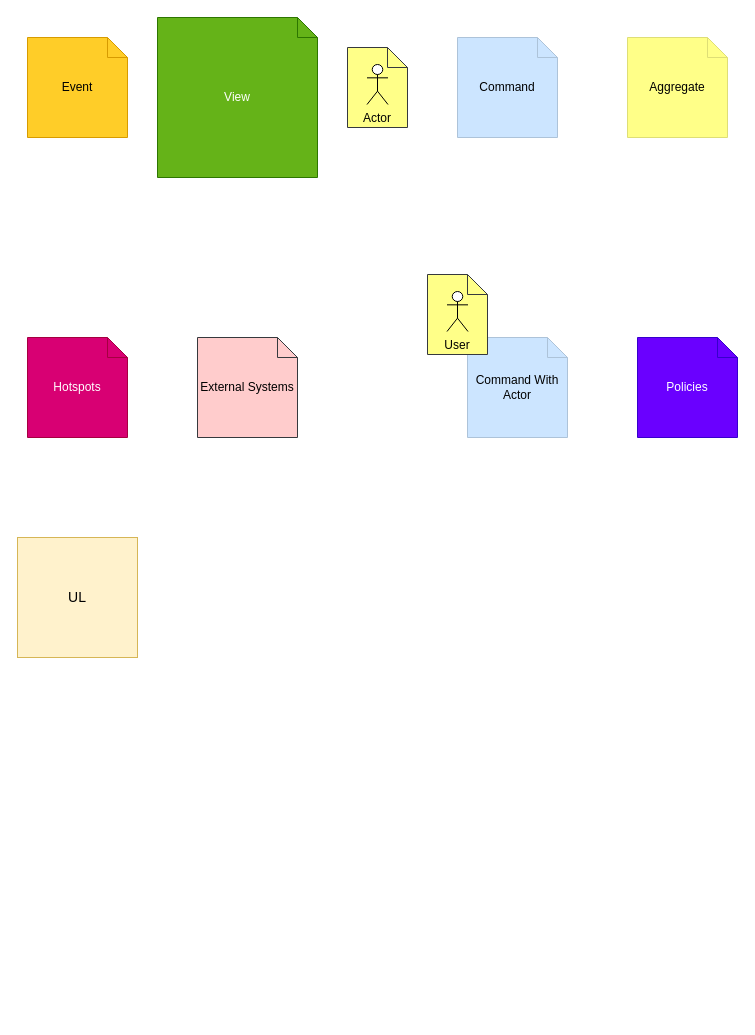
Above: page "EventStromingTemplate" (1 of 7) of design/EventStorming.drawio in codefinity/oeuvre (draw.io), before the change. Source tidied: cells renumbered, new cells numbered last; positions are measured from the earlier drawing's top-left corner, leaving out a move shared by most shapes. Both pictures are drawn from the tidied source at 100%, with x=0, y=0 at pixel (17, 17).
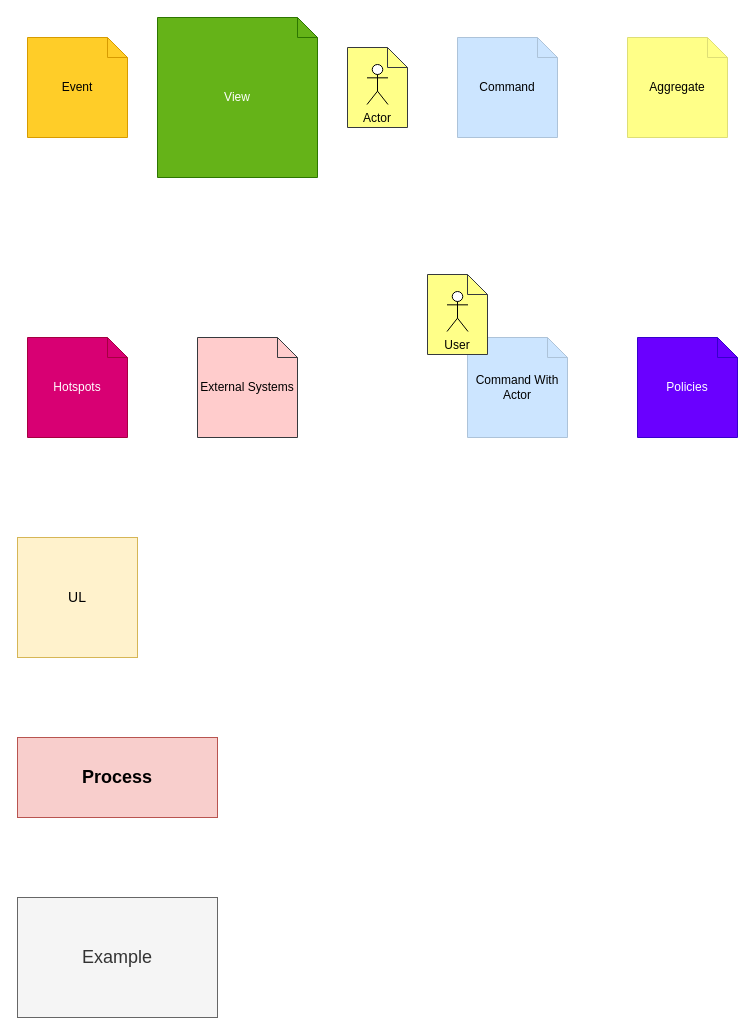
After the change.

Commit message (it also covers changes not shown here):
Updated Example Diagram

Diff of the diagram source:
```diff
@@
+    <mxCell id="19" value="Process" style="rounded=0;whiteSpace=wrap;html=1;fontSize=18;fontStyle=1;fillColor=#f8cecc;strokeColor=#b85450;" parent="1" vertex="1">
+      <mxGeometry y="720" width="200" height="80" as="geometry" />
+    </mxCell>
+    <mxCell id="20" value="Example" style="rounded=0;whiteSpace=wrap;html=1;fontSize=18;fillColor=#f5f5f5;strokeColor=#666666;fontColor=#333333;spacing=6;" parent="1" vertex="1">
+      <mxGeometry y="880" width="200" height="120" as="geometry" />
+    </mxCell>
```
